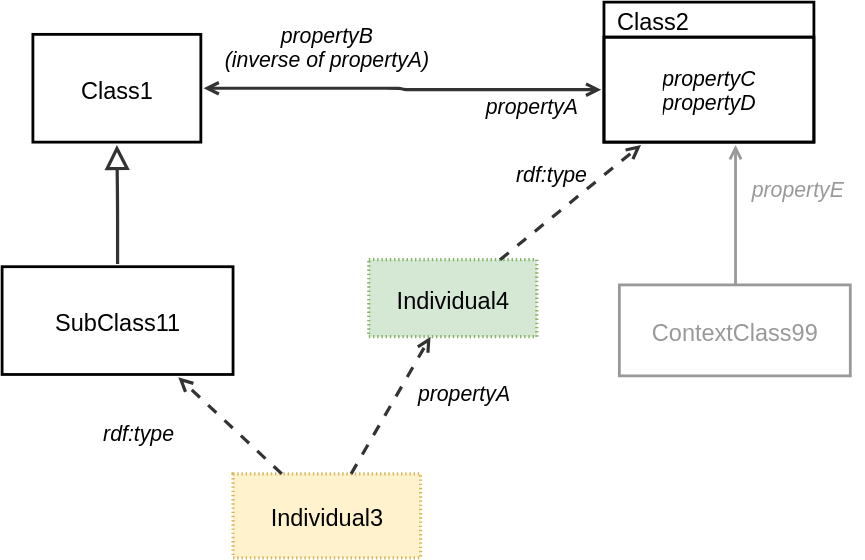
Before: ssn/images/ClassKey.svg, a diagram exported from draw.io (w3c/sdw-sosa-ssn). Source tidied: cells renumbered, new cells last; positions are measured from the earlier drawing's top-left corner, leaving out a move shared by most shapes. Source of this version:
```xml
<mxGraphModel>
  <root>
    <mxCell id="0" />
    <mxCell id="1" parent="0" />
    <mxCell id="2" style="html=1;jettySize=18;whiteSpace=wrap;overflow=block;blockSpacing=1;fontSize=13;strokeColor=#333333;strokeOpacity=100;strokeWidth=2.3;rounded=1;arcSize=24;edgeStyle=orthogonalEdgeStyle;startArrow=open;endArrow=open;lucidId=qE7gnziC8at4;fontColor=default;convertToSvg=1;" parent="1" edge="1" source="5" target="10">
      <mxGeometry relative="1" as="geometry" />
    </mxCell>
    <mxCell id="3" value="&lt;div style=&quot;display: flex; justify-content: center; text-align: center; align-items: baseline; font-size: 0; line-height: 1.25;margin-top: -2px;&quot;&gt;&lt;span&gt;&lt;span style=&quot;font-size: 15.2px; font-style: italic;&quot;&gt;propertyB &#10;&lt;/span&gt;&lt;/span&gt;&lt;/div&gt;&lt;div style=&quot;display: flex; justify-content: center; text-align: center; align-items: baseline; font-size: 0; line-height: 1.25;margin-top: -2px;&quot;&gt;&lt;span&gt;&lt;span style=&quot;font-size: 15.2px; font-style: italic;&quot;&gt;(inverse of propertyA)&lt;/span&gt;&lt;/span&gt;&lt;/div&gt;" style="html=1;overflow=block;blockSpacing=1;whiteSpace=wrap;fontSize=13;spacing=0;strokeColor=none;strokeOpacity=100;fillOpacity=100;fillColor=none;strokeWidth=2.3;lucidId=JE7g4Ba55qL5;fontColor=default;convertToSvg=1;" parent="1" vertex="1">
      <mxGeometry x="142" y="9" width="180" height="45" as="geometry" />
    </mxCell>
    <mxCell id="4" value="propertyA" style="html=1;overflow=block;blockSpacing=1;whiteSpace=wrap;fontSize=15.2;fontColor=default;fontStyle=2;align=center;spacing=0;strokeColor=none;strokeOpacity=100;fillOpacity=100;fillColor=none;strokeWidth=2.3;lucidId=XE7gh~OT6mx1;convertToSvg=1;" parent="1" vertex="1">
      <mxGeometry x="322" y="57" width="113" height="33" as="geometry" />
    </mxCell>
    <mxCell id="5" value="Class1" style="html=1;overflow=block;blockSpacing=1;whiteSpace=wrap;fontSize=16.8;align=center;spacing=0;strokeColor=#000000;fillColor=none;strokeWidth=2;perimeterSpacing=2;fontColor=default;convertToSvg=1;" parent="1" vertex="1">
      <mxGeometry x="22" y="23" width="120" height="77" as="geometry" />
    </mxCell>
    <mxCell id="6" value="ContextClass99" style="html=1;overflow=block;blockSpacing=1;whiteSpace=wrap;fontSize=16.8;align=center;spacing=0;strokeColor=#999999;strokeOpacity=100;fillColor=none;strokeWidth=2;fontColor=#999999;convertToSvg=1;" parent="1" vertex="1">
      <mxGeometry x="441" y="202" width="165" height="65" as="geometry" />
    </mxCell>
    <mxCell id="7" value="SubClass11" style="html=1;overflow=block;blockSpacing=1;whiteSpace=wrap;fontSize=16.8;align=center;spacing=0;strokeColor=#000000;fillColor=none;strokeWidth=2;perimeterSpacing=2;fontColor=default;convertToSvg=1;" parent="1" vertex="1">
      <mxGeometry y="189" width="165" height="77" as="geometry" />
    </mxCell>
    <mxCell id="8" style="html=1;jettySize=18;whiteSpace=wrap;overflow=block;blockSpacing=1;fontSize=13;strokeColor=#333333;strokeOpacity=100;strokeWidth=2.3;rounded=1;arcSize=24;edgeStyle=orthogonalEdgeStyle;startArrow=none;endArrow=block;endFill=0;endSize=12;lucidId=5L~id88PjVCN;fontColor=default;convertToSvg=1;" parent="1" edge="1" source="7" target="5">
      <mxGeometry relative="1" as="geometry" />
    </mxCell>
    <mxCell id="9" value="&amp;nbsp; Class2" style="html=1;overflow=block;blockSpacing=1;swimlane;horizontal=1;fontStyle=0;swimlaneFillColor=none;startSize=25;whiteSpace=wrap;fontSize=16.8;align=left;spacing=0;strokeColor=#000000;fillColor=none;strokeWidth=2;fontColor=default;convertToSvg=1;" parent="1" vertex="1">
      <mxGeometry x="430" width="150" height="100" as="geometry" />
    </mxCell>
    <mxCell id="10" value="&lt;div style=&quot;display: flex; justify-content: center; text-align: center; align-items: baseline; font-size: 0; line-height: 1.25;margin-top: -2px;&quot;&gt;&lt;span&gt;&lt;span style=&quot;font-size:15.2px;font-style: italic;&quot;&gt;propertyC&#10;&lt;/span&gt;&lt;/span&gt;&lt;/div&gt;&lt;div style=&quot;display: flex; justify-content: center; text-align: center; align-items: baseline; font-size: 0; line-height: 1.25;margin-top: -2px;&quot;&gt;&lt;span&gt;&lt;span style=&quot;font-size:15.2px;font-style: italic;&quot;&gt;propertyD&lt;/span&gt;&lt;/span&gt;&lt;/div&gt;" style="html=1;strokeColor=#000000;fillColor=none;verticalAlign=middle;spacingLeft=4;spacingRight=4;overflow=hidden;points=[[0,0.5],[1,0.5]];portConstraint=eastwest;swimlaneFillColor=#unset;whiteSpace=wrap;fontSize=15.2;fontStyle=2;align=center;strokeWidth=2;perimeterSpacing=2;fontColor=default;convertToSvg=1;" parent="9" vertex="1">
      <mxGeometry y="25" width="150" height="75" as="geometry" />
    </mxCell>
    <mxCell id="11" style="html=1;jettySize=18;whiteSpace=wrap;overflow=block;blockSpacing=1;fontSize=13;strokeColor=#999999;strokeOpacity=100;strokeWidth=2;rounded=1;arcSize=24;edgeStyle=orthogonalEdgeStyle;startArrow=open;endArrow=none;lucidId=_YHjfSWh~X1m;fontColor=#999999;convertToSvg=1;" parent="1" edge="1" source="10" target="6">
      <mxGeometry relative="1" as="geometry">
        <Array as="points">
          <mxPoint x="524" y="137" />
          <mxPoint x="524" y="137" />
        </Array>
      </mxGeometry>
    </mxCell>
    <mxCell id="12" value="propertyE" style="html=1;overflow=block;blockSpacing=1;whiteSpace=wrap;fontSize=15.2;fontColor=#999999;fontStyle=2;align=center;spacing=0;strokeColor=none;strokeOpacity=100;fillOpacity=100;fillColor=none;strokeWidth=2.3;lucidId=DZHjzxYwu-P~;convertToSvg=1;" parent="1" vertex="1">
      <mxGeometry x="520" y="117" width="97" height="31" as="geometry" />
    </mxCell>
    <mxCell id="13" value="Individual3" style="html=1;overflow=block;blockSpacing=1;whiteSpace=wrap;fontSize=16.8;align=center;spacing=0;strokeOpacity=100;fillColor=#fff2cc;dashed=1;fixDash=1;dashPattern=1 2;strokeWidth=2.3;strokeColor=#d6b656;fontColor=default;convertToSvg=1;" parent="1" vertex="1">
      <mxGeometry x="165" y="337" width="134" height="60" as="geometry" />
    </mxCell>
    <mxCell id="14" style="html=1;jettySize=18;whiteSpace=wrap;overflow=block;blockSpacing=1;fontSize=13;strokeColor=#333333;strokeOpacity=100;dashed=1;fixDash=1;dashPattern=8 8;strokeWidth=2.3;rounded=0;startArrow=none;endArrow=open;lucidId=gmbToIb_psAA;fontColor=default;convertToSvg=1;" parent="1" edge="1" source="13" target="7">
      <mxGeometry relative="1" as="geometry" />
    </mxCell>
    <mxCell id="15" value="rdf:type" style="html=1;overflow=block;blockSpacing=1;whiteSpace=wrap;fontSize=15.2;fontStyle=2;align=center;spacing=0;strokeColor=none;strokeOpacity=100;fillOpacity=100;fillColor=none;strokeWidth=2.3;lucidId=gmbTaRQFM5Pp;fontColor=default;convertToSvg=1;" parent="1" vertex="1">
      <mxGeometry x="60" y="292" width="75" height="30" as="geometry" />
    </mxCell>
    <mxCell id="16" style="html=1;jettySize=18;whiteSpace=wrap;overflow=block;blockSpacing=1;fontSize=13;strokeColor=#333333;strokeOpacity=100;dashed=1;fixDash=1;dashPattern=8 8;strokeWidth=2.3;rounded=0;startArrow=none;endArrow=open;lucidId=gmbTLVrXyBPr;fontColor=default;convertToSvg=1;" parent="1" edge="1" source="13" target="18">
      <mxGeometry relative="1" as="geometry" />
    </mxCell>
    <mxCell id="17" value="propertyA" style="html=1;overflow=block;blockSpacing=1;whiteSpace=wrap;fontSize=15.2;fontStyle=2;align=center;spacing=0;strokeColor=none;strokeOpacity=100;fillOpacity=100;fillColor=none;strokeWidth=2.3;lucidId=gmbTHPLgzrwb;fontColor=default;convertToSvg=1;" parent="1" vertex="1">
      <mxGeometry x="277" y="265" width="106" height="27" as="geometry" />
    </mxCell>
    <mxCell id="18" value="Individual4" style="html=1;overflow=block;blockSpacing=1;whiteSpace=wrap;fontSize=16.8;align=center;spacing=0;strokeOpacity=100;fillColor=#d5e8d4;dashed=1;fixDash=1;dashPattern=1 2;strokeWidth=2.3;strokeColor=#82b366;fontColor=default;convertToSvg=1;" parent="1" vertex="1">
      <mxGeometry x="262" y="184" width="120" height="55" as="geometry" />
    </mxCell>
    <mxCell id="19" style="html=1;jettySize=18;whiteSpace=wrap;overflow=block;blockSpacing=1;fontSize=13;strokeColor=#333333;strokeOpacity=100;dashed=1;fixDash=1;dashPattern=8 8;strokeWidth=2.3;rounded=0;startArrow=none;endArrow=open;lucidId=RobTA_LOUbvZ;fontColor=default;convertToSvg=1;" parent="1" edge="1" source="18" target="10">
      <mxGeometry relative="1" as="geometry" />
    </mxCell>
    <mxCell id="20" value="rdf:type" style="html=1;overflow=block;blockSpacing=1;whiteSpace=wrap;fontSize=15.2;fontStyle=2;align=center;spacing=0;strokeColor=none;strokeOpacity=100;fillOpacity=100;fillColor=none;strokeWidth=2.3;lucidId=RobT1O3e..nO;fontColor=default;convertToSvg=1;" parent="1" vertex="1">
      <mxGeometry x="355" y="107" width="75" height="30" as="geometry" />
    </mxCell>
  </root>
</mxGraphModel>
```
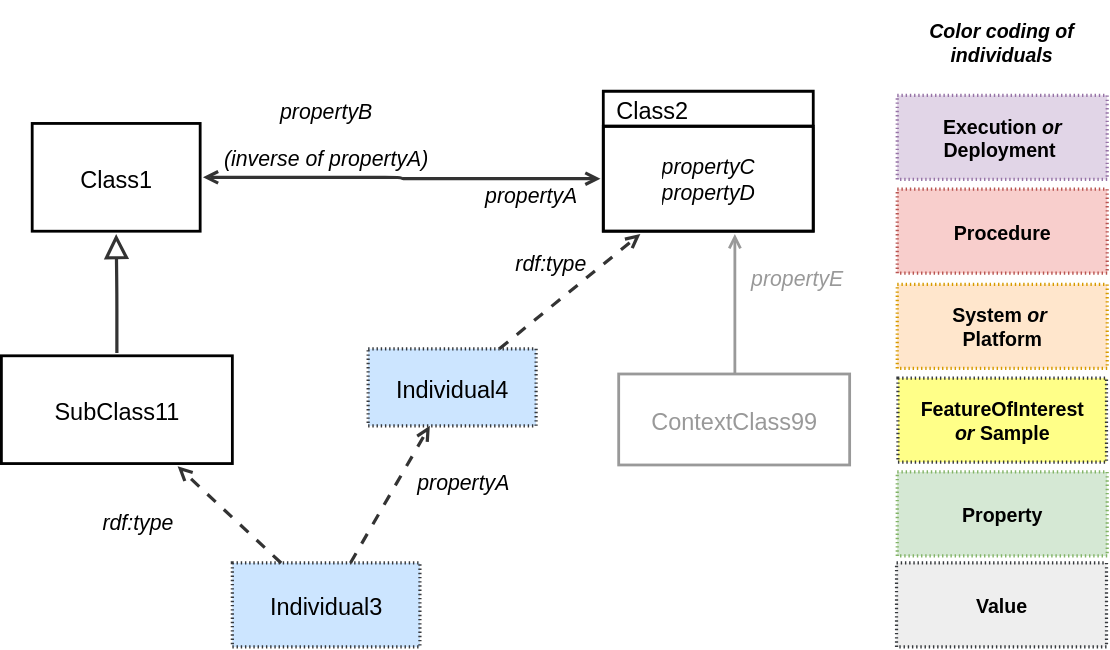
The same diagram one commit later.

Change to the diagram source:
```diff
@@ -26,7 +26,7 @@
     <mxCell id="9" value="&amp;nbsp; Class2" style="html=1;overflow=block;blockSpacing=1;swimlane;horizontal=1;fontStyle=0;swimlaneFillColor=none;startSize=25;whiteSpace=wrap;fontSize=16.8;align=left;spacing=0;strokeColor=#000000;fillColor=none;strokeWidth=2;fontColor=default;convertToSvg=1;" parent="1" vertex="1">
       <mxGeometry x="430" width="150" height="100" as="geometry" />
     </mxCell>
-    <mxCell id="10" value="&lt;div style=&quot;display: flex; justify-content: center; text-align: center; align-items: baseline; font-size: 0; line-height: 1.25;margin-top: -2px;&quot;&gt;&lt;span&gt;&lt;span style=&quot;font-size:15.2px;font-style: italic;&quot;&gt;propertyC&#10;&lt;/span&gt;&lt;/span&gt;&lt;/div&gt;&lt;div style=&quot;display: flex; justify-content: center; text-align: center; align-items: baseline; font-size: 0; line-height: 1.25;margin-top: -2px;&quot;&gt;&lt;span&gt;&lt;span style=&quot;font-size:15.2px;font-style: italic;&quot;&gt;propertyD&lt;/span&gt;&lt;/span&gt;&lt;/div&gt;" style="html=1;strokeColor=#000000;fillColor=none;verticalAlign=middle;spacingLeft=4;spacingRight=4;overflow=hidden;points=[[0,0.5],[1,0.5]];portConstraint=eastwest;swimlaneFillColor=#unset;whiteSpace=wrap;fontSize=15.2;fontStyle=2;align=center;strokeWidth=2;perimeterSpacing=2;fontColor=default;convertToSvg=1;" parent="9" vertex="1">
+    <mxCell id="10" value="&lt;div style=&quot;display: flex; justify-content: center; text-align: center; align-items: baseline; font-size: 0; line-height: 1.25;margin-top: -2px;&quot;&gt;&lt;span&gt;&lt;span style=&quot;font-size:15.2px;font-style: italic;&quot;&gt;propertyC&lt;br&gt;&lt;/span&gt;&lt;span style=&quot;font-size: 15.2px; background-color: transparent; color: light-dark(rgb(0, 0, 0), rgb(255, 255, 255));&quot;&gt;propertyD&lt;/span&gt;&lt;/span&gt;&lt;/div&gt;" style="html=1;strokeColor=#000000;fillColor=none;verticalAlign=middle;spacingLeft=4;spacingRight=4;overflow=hidden;points=[[0,0.5],[1,0.5]];portConstraint=eastwest;swimlaneFillColor=#unset;whiteSpace=wrap;fontSize=15.2;fontStyle=2;align=center;strokeWidth=2;perimeterSpacing=2;fontColor=default;convertToSvg=1;" parent="9" vertex="1">
       <mxGeometry y="25" width="150" height="75" as="geometry" />
     </mxCell>
     <mxCell id="11" style="html=1;jettySize=18;whiteSpace=wrap;overflow=block;blockSpacing=1;fontSize=13;strokeColor=#999999;strokeOpacity=100;strokeWidth=2;rounded=1;arcSize=24;edgeStyle=orthogonalEdgeStyle;startArrow=open;endArrow=none;lucidId=_YHjfSWh~X1m;fontColor=#999999;convertToSvg=1;" parent="1" edge="1" source="10" target="6">
@@ -40,7 +40,7 @@
     <mxCell id="12" value="propertyE" style="html=1;overflow=block;blockSpacing=1;whiteSpace=wrap;fontSize=15.2;fontColor=#999999;fontStyle=2;align=center;spacing=0;strokeColor=none;strokeOpacity=100;fillOpacity=100;fillColor=none;strokeWidth=2.3;lucidId=DZHjzxYwu-P~;convertToSvg=1;" parent="1" vertex="1">
       <mxGeometry x="520" y="117" width="97" height="31" as="geometry" />
     </mxCell>
-    <mxCell id="13" value="Individual3" style="html=1;overflow=block;blockSpacing=1;whiteSpace=wrap;fontSize=16.8;align=center;spacing=0;strokeOpacity=100;fillColor=#fff2cc;dashed=1;fixDash=1;dashPattern=1 2;strokeWidth=2.3;strokeColor=#d6b656;fontColor=default;convertToSvg=1;" parent="1" vertex="1">
+    <mxCell id="13" value="Individual3" style="html=1;overflow=block;blockSpacing=1;whiteSpace=wrap;fontSize=16.8;align=center;spacing=0;strokeOpacity=100;fillColor=#cce5ff;dashed=1;fixDash=1;dashPattern=1 2;strokeWidth=2.3;strokeColor=#36393d;convertToSvg=1;" parent="1" vertex="1">
       <mxGeometry x="165" y="337" width="134" height="60" as="geometry" />
     </mxCell>
     <mxCell id="14" style="html=1;jettySize=18;whiteSpace=wrap;overflow=block;blockSpacing=1;fontSize=13;strokeColor=#333333;strokeOpacity=100;dashed=1;fixDash=1;dashPattern=8 8;strokeWidth=2.3;rounded=0;startArrow=none;endArrow=open;lucidId=gmbToIb_psAA;fontColor=default;convertToSvg=1;" parent="1" edge="1" source="13" target="7">
@@ -55,7 +55,7 @@
     <mxCell id="17" value="propertyA" style="html=1;overflow=block;blockSpacing=1;whiteSpace=wrap;fontSize=15.2;fontStyle=2;align=center;spacing=0;strokeColor=none;strokeOpacity=100;fillOpacity=100;fillColor=none;strokeWidth=2.3;lucidId=gmbTHPLgzrwb;fontColor=default;convertToSvg=1;" parent="1" vertex="1">
       <mxGeometry x="277" y="265" width="106" height="27" as="geometry" />
     </mxCell>
-    <mxCell id="18" value="Individual4" style="html=1;overflow=block;blockSpacing=1;whiteSpace=wrap;fontSize=16.8;align=center;spacing=0;strokeOpacity=100;fillColor=#d5e8d4;dashed=1;fixDash=1;dashPattern=1 2;strokeWidth=2.3;strokeColor=#82b366;fontColor=default;convertToSvg=1;" parent="1" vertex="1">
+    <mxCell id="18" value="Individual4" style="html=1;overflow=block;blockSpacing=1;whiteSpace=wrap;fontSize=16.8;align=center;spacing=0;strokeOpacity=100;fillColor=#cce5ff;dashed=1;fixDash=1;dashPattern=1 2;strokeWidth=2.3;strokeColor=#36393d;convertToSvg=1;" parent="1" vertex="1">
       <mxGeometry x="262" y="184" width="120" height="55" as="geometry" />
     </mxCell>
     <mxCell id="19" style="html=1;jettySize=18;whiteSpace=wrap;overflow=block;blockSpacing=1;fontSize=13;strokeColor=#333333;strokeOpacity=100;dashed=1;fixDash=1;dashPattern=8 8;strokeWidth=2.3;rounded=0;startArrow=none;endArrow=open;lucidId=RobTA_LOUbvZ;fontColor=default;convertToSvg=1;" parent="1" edge="1" source="18" target="10">
@@ -64,5 +64,26 @@
     <mxCell id="20" value="rdf:type" style="html=1;overflow=block;blockSpacing=1;whiteSpace=wrap;fontSize=15.2;fontStyle=2;align=center;spacing=0;strokeColor=none;strokeOpacity=100;fillOpacity=100;fillColor=none;strokeWidth=2.3;lucidId=RobT1O3e..nO;fontColor=default;convertToSvg=1;" parent="1" vertex="1">
       <mxGeometry x="355" y="107" width="75" height="30" as="geometry" />
     </mxCell>
+    <mxCell id="21" value="Execution &lt;i&gt;or&lt;/i&gt; &lt;br&gt;Deployment&lt;i&gt;&amp;nbsp;&lt;/i&gt;" style="html=1;overflow=block;blockSpacing=1;whiteSpace=wrap;fontSize=14;align=center;spacing=0;strokeOpacity=100;fillColor=#e1d5e7;dashed=1;fixDash=1;dashPattern=1 2;strokeWidth=2.3;strokeColor=#9673a6;convertToSvg=1;fontStyle=1;" parent="1" vertex="1">
+      <mxGeometry x="640" y="3" width="150" height="60" as="geometry" />
+    </mxCell>
+    <mxCell id="22" value="System &lt;i&gt;or&lt;/i&gt;&amp;nbsp;&lt;br&gt;Platform" style="html=1;overflow=block;blockSpacing=1;whiteSpace=wrap;fontSize=14;align=center;spacing=0;strokeOpacity=100;fillColor=#ffe6cc;dashed=1;fixDash=1;dashPattern=1 2;strokeWidth=2.3;strokeColor=#d79b00;convertToSvg=1;fontStyle=1;" parent="1" vertex="1">
+      <mxGeometry x="640" y="138" width="150" height="60" as="geometry" />
+    </mxCell>
+    <mxCell id="23" value="FeatureOfInterest &lt;br&gt;&lt;i&gt;or&amp;nbsp;&lt;/i&gt;Sample" style="html=1;overflow=block;blockSpacing=1;whiteSpace=wrap;fontSize=14;align=center;spacing=0;strokeOpacity=100;fillColor=#ffff88;dashed=1;fixDash=1;dashPattern=1 2;strokeWidth=2.3;strokeColor=#36393d;convertToSvg=1;fontStyle=1;" parent="1" vertex="1">
+      <mxGeometry x="640.5" y="205" width="149" height="60" as="geometry" />
+    </mxCell>
+    <mxCell id="24" value="Property" style="html=1;overflow=block;blockSpacing=1;whiteSpace=wrap;fontSize=14;align=center;spacing=0;strokeOpacity=100;fillColor=#d5e8d4;dashed=1;fixDash=1;dashPattern=1 2;strokeWidth=2.3;strokeColor=#82b366;convertToSvg=1;fontStyle=1;" parent="1" vertex="1">
+      <mxGeometry x="640" y="272" width="150" height="60" as="geometry" />
+    </mxCell>
+    <mxCell id="25" value="Procedure" style="html=1;overflow=block;blockSpacing=1;whiteSpace=wrap;fontSize=14;align=center;spacing=0;strokeOpacity=100;fillColor=#f8cecc;dashed=1;fixDash=1;dashPattern=1 2;strokeWidth=2.3;strokeColor=#b85450;convertToSvg=1;fontStyle=1;" parent="1" vertex="1">
+      <mxGeometry x="640" y="70" width="150" height="60" as="geometry" />
+    </mxCell>
+    <mxCell id="26" value="Value" style="html=1;overflow=block;blockSpacing=1;whiteSpace=wrap;fontSize=14;align=center;spacing=0;strokeOpacity=100;fillColor=#eeeeee;dashed=1;fixDash=1;dashPattern=1 2;strokeWidth=2.3;strokeColor=#36393d;convertToSvg=1;fontStyle=1;" parent="1" vertex="1">
+      <mxGeometry x="639.5" y="337" width="150" height="60" as="geometry" />
+    </mxCell>
+    <mxCell id="27" value="&lt;i&gt;Color coding of &lt;br&gt;individuals&lt;/i&gt;" style="html=1;overflow=block;blockSpacing=1;whiteSpace=wrap;fontSize=14;align=center;spacing=0;strokeOpacity=100;dashed=1;fixDash=1;dashPattern=1 2;strokeWidth=2.3;convertToSvg=1;fontStyle=1;strokeColor=none;" parent="1" vertex="1">
+      <mxGeometry x="639.5" y="-65" width="150" height="60" as="geometry" />
+    </mxCell>
   </root>
 </mxGraphModel>
```
